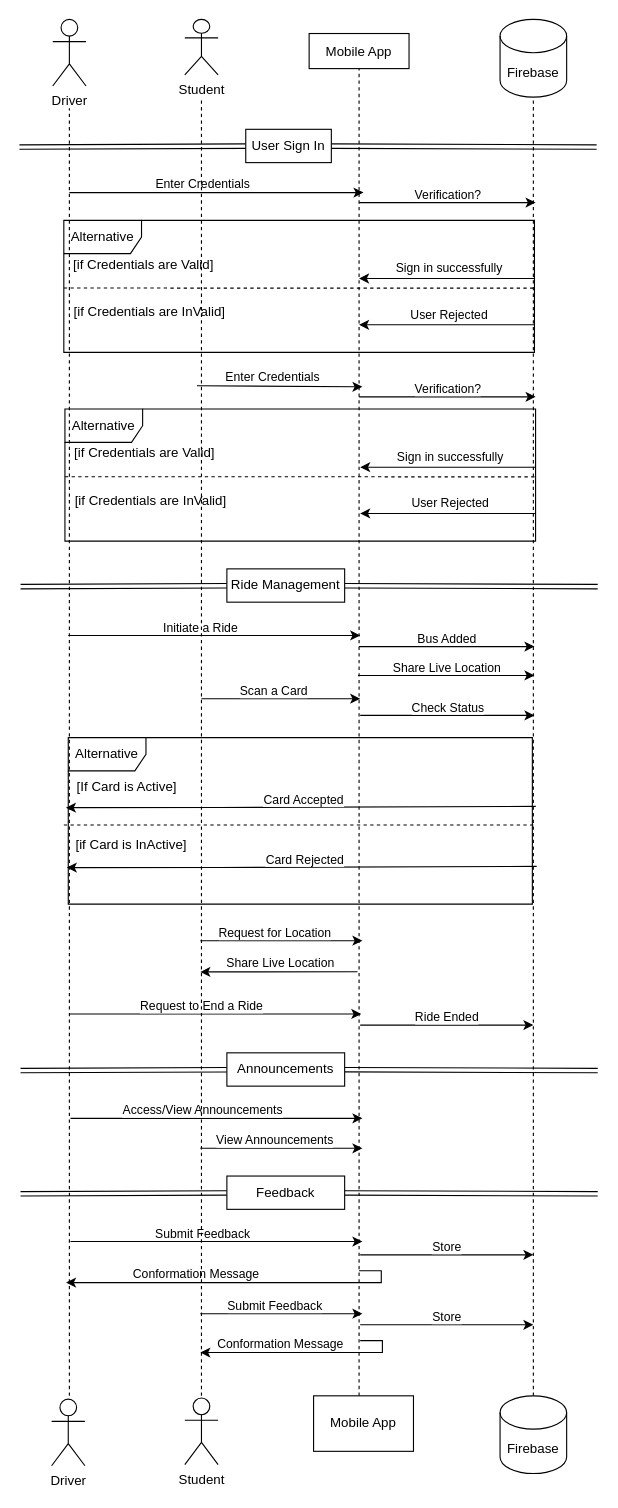
Above: NTU Ride Pilot/Documentation/Diagrams/Sequence Diagram/MobileApp.drawio in Abubakar-doc/FYP-24-SE-A-204 (draw.io), before the change. Source tidied: cells renumbered, new cells numbered last; positions are measured from the earlier drawing's top-left corner, leaving out a move shared by most shapes. Both pictures are drawn from the tidied source at 111%, with x=0, y=0 at pixel (19, 19).
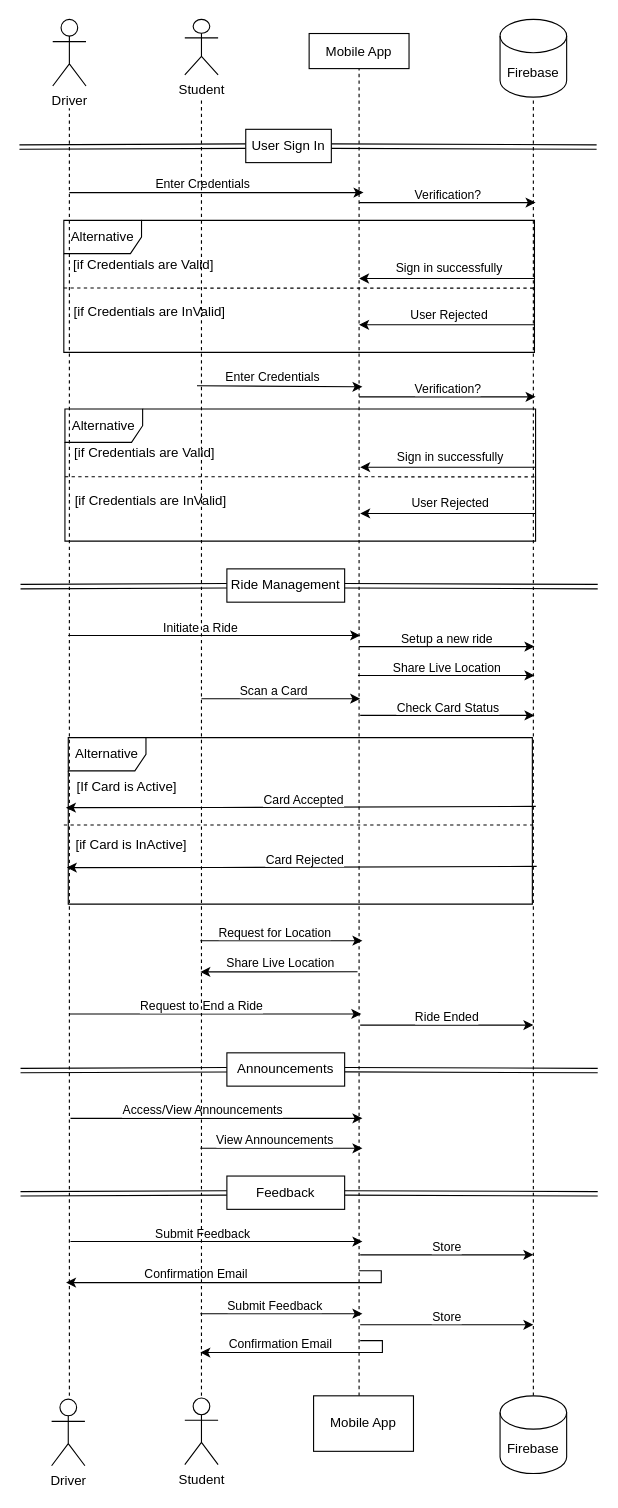
The same page after the edit.

Unchanged cells that the change refers to:
```xml
<mxCell id="4" style="endArrow=classic;html=1;rounded=0;" parent="1" edge="1">
  <mxGeometry relative="1" as="geometry">
    <mxPoint x="306" y="565" as="sourcePoint" />
    <mxPoint x="464" y="565" as="targetPoint" />
  </mxGeometry>
</mxCell>
<mxCell id="10" style="endArrow=classic;html=1;rounded=0;" parent="1" edge="1">
  <mxGeometry relative="1" as="geometry">
    <mxPoint x="307" y="627" as="sourcePoint" />
    <mxPoint x="464" y="627" as="targetPoint" />
  </mxGeometry>
</mxCell>
<mxCell id="18" style="endArrow=classic;html=1;rounded=0;edgeStyle=elbowEdgeStyle;" parent="1" edge="1">
  <mxGeometry relative="1" as="geometry">
    <mxPoint x="306" y="1127.3" as="sourcePoint" />
    <mxPoint x="42" y="1138" as="targetPoint" />
    <Array as="points">
      <mxPoint x="326" y="1158.8" />
    </Array>
  </mxGeometry>
</mxCell>
<mxCell id="89" style="endArrow=classic;html=1;rounded=0;edgeStyle=elbowEdgeStyle;" parent="1" edge="1">
  <mxGeometry relative="1" as="geometry">
    <mxPoint x="307" y="1190.3" as="sourcePoint" />
    <mxPoint x="163" y="1201" as="targetPoint" />
    <Array as="points">
      <mxPoint x="327" y="1221.8" />
    </Array>
  </mxGeometry>
</mxCell>
```

Diff of the diagram source:
```diff
@@
-    <mxCell id="5" value="Bus Added" style="edgeLabel;html=1;align=center;verticalAlign=middle;" parent="4" vertex="1">
+    <mxCell id="5" value="Setup a new ride" style="edgeLabel;html=1;align=center;verticalAlign=middle;" parent="4" vertex="1">
       <mxGeometry x="-0.01" y="2" relative="1" as="geometry">
         <mxPoint y="-6" as="offset" />
       </mxGeometry>
     </mxCell>
@@
-    <mxCell id="11" value="Check Status" style="edgeLabel;html=1;align=center;verticalAlign=middle;" parent="10" vertex="1">
+    <mxCell id="11" value="Check Card Status" style="edgeLabel;html=1;align=center;verticalAlign=middle;" parent="10" vertex="1">
       <mxGeometry x="-0.01" y="2" relative="1" as="geometry">
         <mxPoint y="-6" as="offset" />
       </mxGeometry>
     </mxCell>
@@
-    <mxCell id="19" value="Conformation Message" style="edgeLabel;html=1;align=center;verticalAlign=middle;" parent="18" vertex="1">
+    <mxCell id="19" value="Confirmation Email" style="edgeLabel;html=1;align=center;verticalAlign=middle;" parent="18" vertex="1">
       <mxGeometry x="0.26" y="1" relative="1" as="geometry">
         <mxPoint y="-10" as="offset" />
       </mxGeometry>
     </mxCell>
@@
-    <mxCell id="90" value="Conformation Message" style="edgeLabel;html=1;align=center;verticalAlign=middle;" parent="89" vertex="1">
+    <mxCell id="90" value="Confirmation Email" style="edgeLabel;html=1;align=center;verticalAlign=middle;" parent="89" vertex="1">
       <mxGeometry x="0.26" y="1" relative="1" as="geometry">
         <mxPoint y="-10" as="offset" />
       </mxGeometry>
     </mxCell>
```
